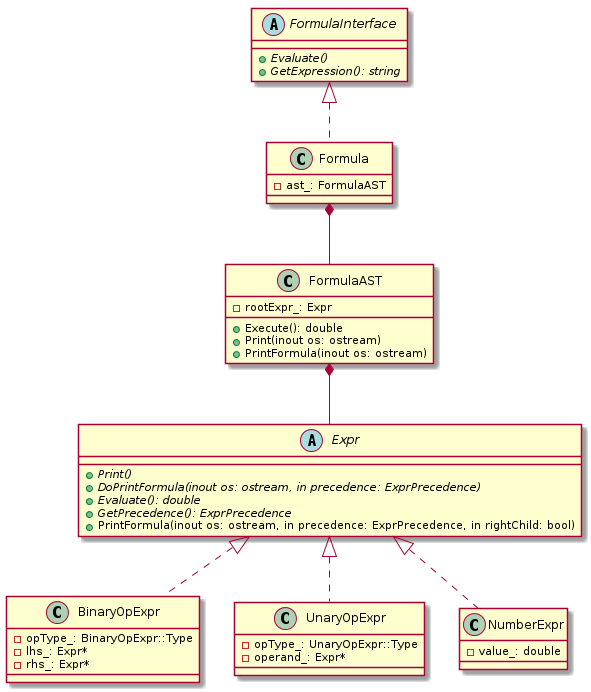
kazarynau/YandexPraktikumFinal keeps this PlantUML diagram as uml/png/formula.png. Above is the earlier version.
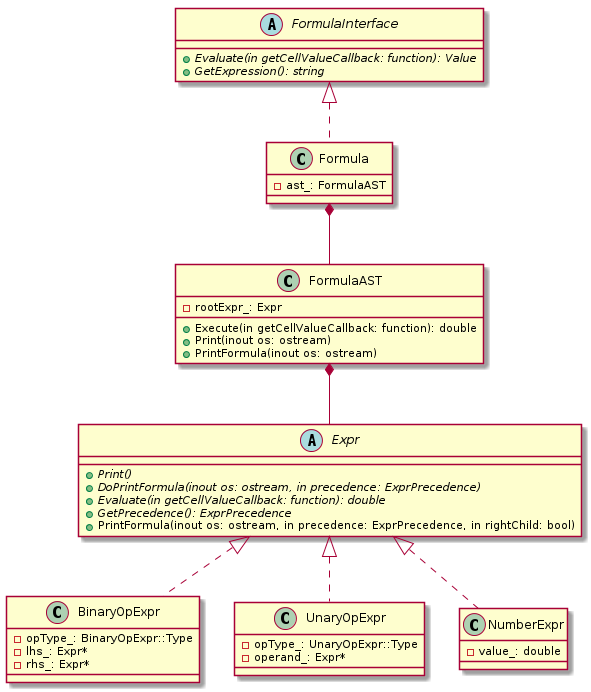
Above is the later version.

The edit, as a diff of the source:
```diff
@@ -3,7 +3,7 @@
 abstract class Expr {
     +{abstract} Print()
     +{abstract} DoPrintFormula(inout os: ostream, in precedence: ExprPrecedence)
-    +{abstract} Evaluate(): double
+    +{abstract} Evaluate(in getCellValueCallback: function): double
     +{abstract} GetPrecedence(): ExprPrecedence
     +PrintFormula(inout os: ostream, in precedence: ExprPrecedence, in rightChild: bool)
 }
@@ -29,17 +29,17 @@
 
 
 class FormulaAST {
-    +Execute(): double
+    +Execute(in getCellValueCallback: function): double
     +Print(inout os: ostream)
     +PrintFormula(inout os: ostream)
     -rootExpr_: Expr
 }
 
-FormulaAST *-- Expr
+FormulaAST *-r- Expr
 
 
 abstract class FormulaInterface {
-    +{abstract} Evaluate()
+    +{abstract} Evaluate(in getCellValueCallback: function): Value
     +{abstract} GetExpression(): string
 }
 
@@ -48,6 +48,6 @@
 }
 
 class Formula implements FormulaInterface
-Formula *-- FormulaAST
+Formula *-r- FormulaAST
 
 @enduml
```
